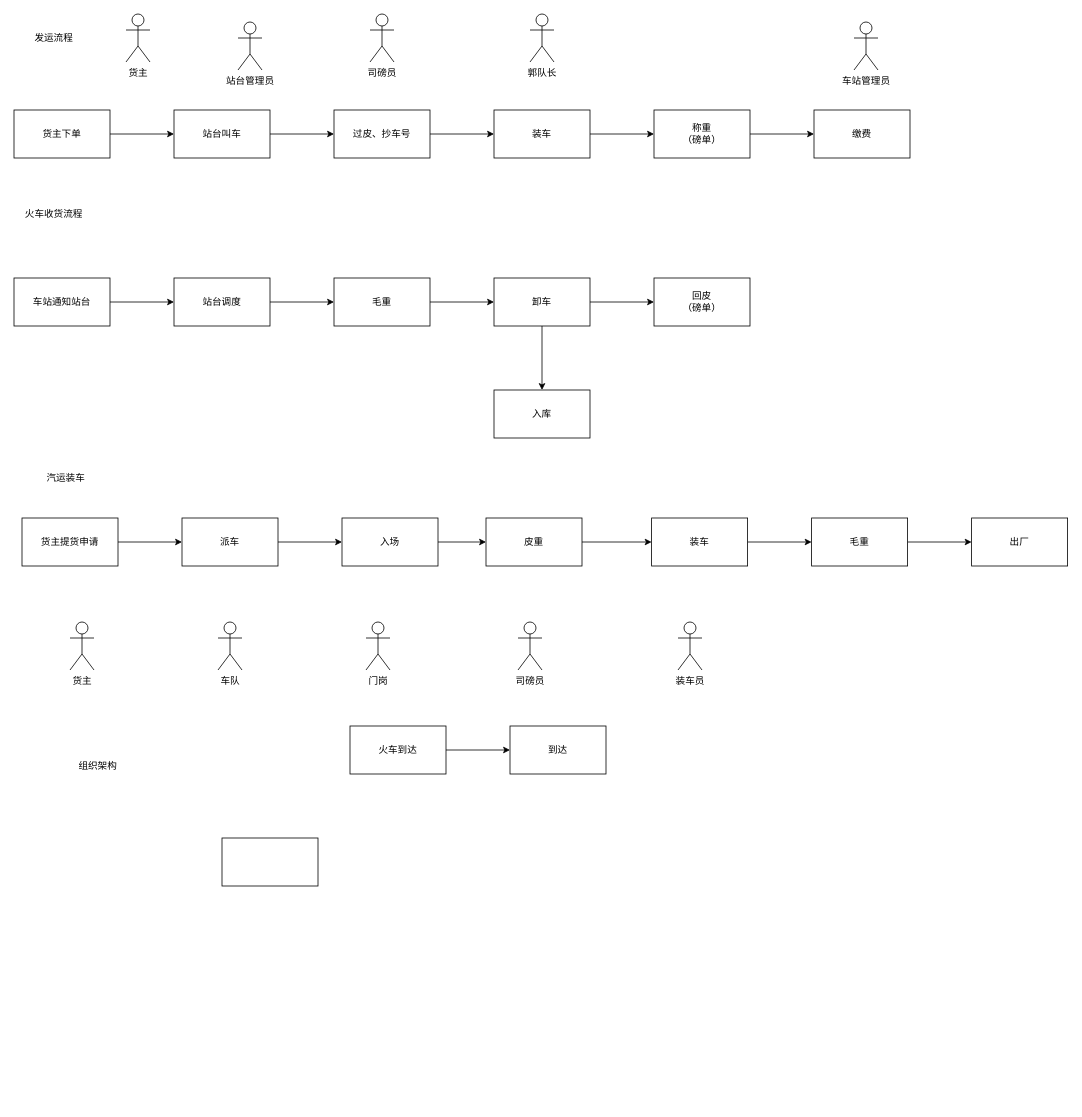
This is 平原物流流程图.drawio from lipeng260/drawio, a draw.io file, before an edit. Source tidied: cells renumbered, new cells numbered last; positions are measured from the earlier drawing's top-left corner, leaving out a move shared by most shapes. Both pictures are drawn from the tidied source at 80%, with x=0, y=0 at pixel (14, 14).
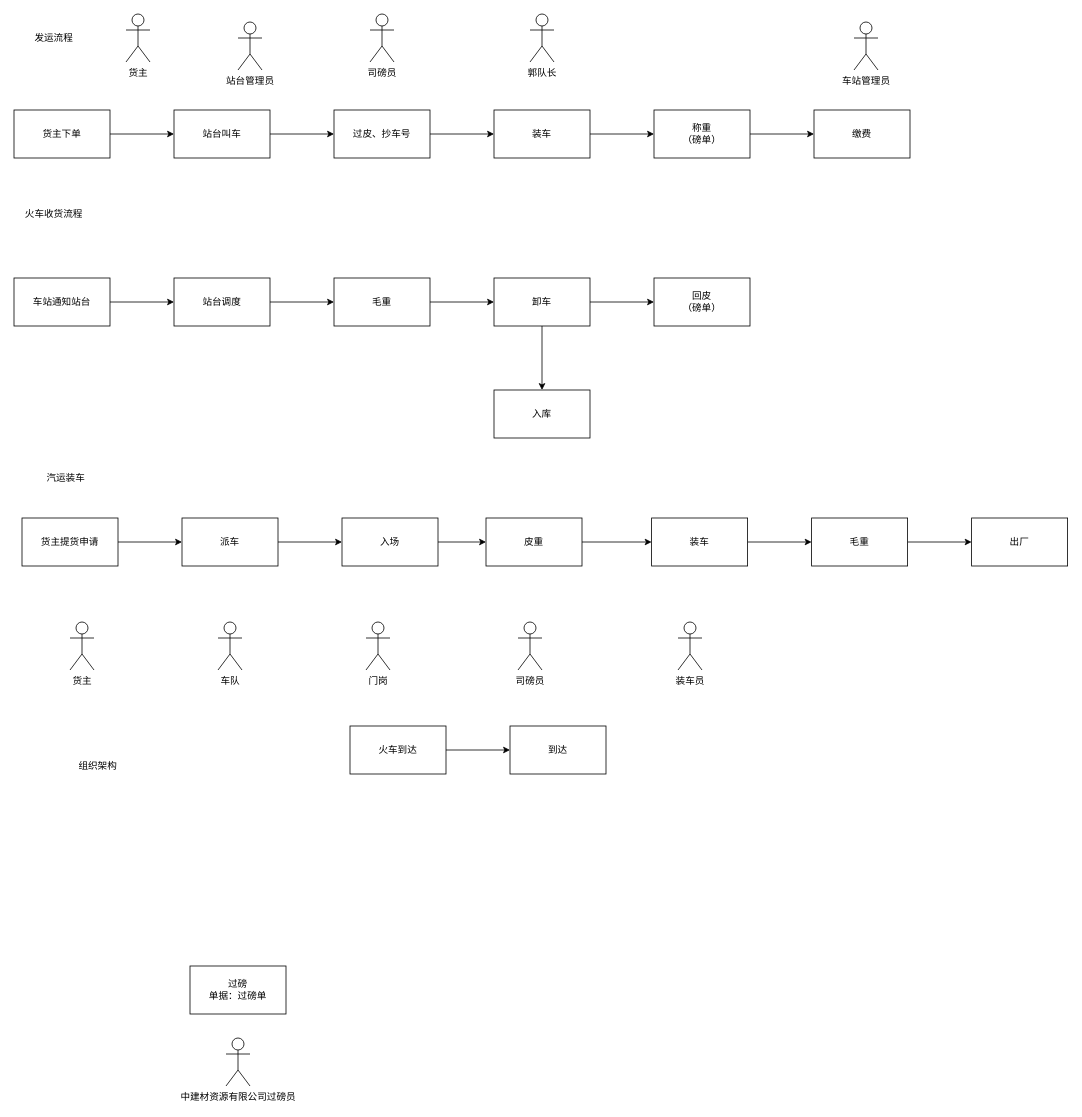
The same diagram, later.

Commit message:
Update 平原物流流程图.drawio

Diff of the diagram source:
```diff
@@
-    <mxCell id="6" style="rounded=0;whiteSpace=wrap;html=1;" parent="1" vertex="1">
-      <mxGeometry x="260" y="1030" width="120" height="60" as="geometry" />
+    <mxCell id="6" value="过磅&lt;br&gt;单据：过磅单" style="rounded=0;whiteSpace=wrap;html=1;" parent="1" vertex="1">
+      <mxGeometry x="220" y="1190" width="120" height="60" as="geometry" />
     </mxCell>
@@
+    <mxCell id="55" value="中建材资源有限公司过磅员" style="shape=umlActor;verticalLabelPosition=bottom;verticalAlign=top;html=1;" parent="1" vertex="1">
+      <mxGeometry x="265" y="1280" width="30" height="60" as="geometry" />
+    </mxCell>
```
